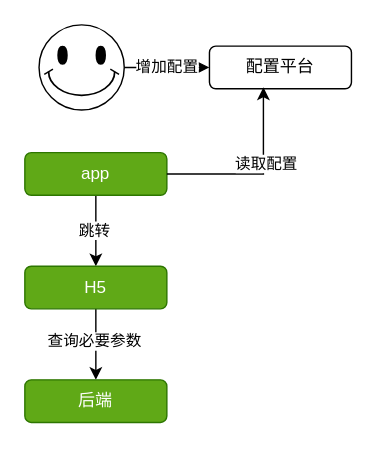
Earlier version of the draw.io diagram 配置管理.drawio (little-bee-zz/draw). Source tidied: cells renumbered, new cells numbered last; positions are measured from the earlier drawing's top-left corner, leaving out a move shared by most shapes. Both pictures are drawn from the tidied source at 142%, with x=0, y=0 at pixel (24, 24).
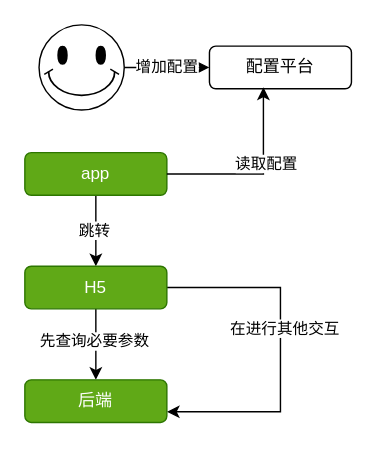
The same diagram, later.

Commit message (it also covers changes not shown here):
更新配置管理.drawio

Change to the diagram source:
```diff
@@
 <mxGraphModel>
   <root>
     <mxCell id="0" />
     <mxCell id="1" parent="0" />
     <mxCell id="2" style="edgeStyle=orthogonalEdgeStyle;rounded=0;jettySize=auto;html=1;entryX=0;entryY=0.5;entryDx=0;entryDy=0;" parent="1" edge="1" source="4" target="5">
       <mxGeometry relative="1" as="geometry" />
     </mxCell>
     <mxCell id="3" value="增加配置" style="edgeLabel;html=1;align=center;verticalAlign=middle;" parent="2" vertex="1">
       <mxGeometry x="-0.04" y="1" relative="1" as="geometry" />
     </mxCell>
     <mxCell id="4" style="verticalLabelPosition=bottom;verticalAlign=top;html=1;shape=mxgraph.basic.smiley;" parent="1" vertex="1">
       <mxGeometry x="10" width="60" height="60" as="geometry" />
     </mxCell>
     <mxCell id="5" value="配置平台" style="rounded=1;whiteSpace=wrap;html=1;" parent="1" vertex="1">
       <mxGeometry x="130" y="15" width="100" height="30" as="geometry" />
     </mxCell>
     <mxCell id="6" style="edgeStyle=orthogonalEdgeStyle;rounded=0;jettySize=auto;html=1;entryX=0.5;entryY=0;entryDx=0;entryDy=0;" parent="1" edge="1" source="8" target="11">
       <mxGeometry relative="1" as="geometry" />
     </mxCell>
     <mxCell id="7" value="跳转" style="edgeLabel;html=1;align=center;verticalAlign=middle;" parent="6" vertex="1">
       <mxGeometry x="-0.03" y="-2" relative="1" as="geometry" />
     </mxCell>
     <mxCell id="8" value="app" style="rounded=1;whiteSpace=wrap;html=1;fillColor=#60a917;fontColor=#ffffff;strokeColor=#2D7600;" parent="1" vertex="1">
       <mxGeometry y="90" width="100" height="30" as="geometry" />
     </mxCell>
     <mxCell id="9" style="edgeStyle=orthogonalEdgeStyle;rounded=0;jettySize=auto;html=1;" parent="1" edge="1" source="11" target="14">
       <mxGeometry relative="1" as="geometry" />
     </mxCell>
-    <mxCell id="10" value="查询必要参数" style="edgeLabel;html=1;align=center;verticalAlign=middle;" parent="9" vertex="1">
+    <mxCell id="10" value="先查询必要参数" style="edgeLabel;html=1;align=center;verticalAlign=middle;" parent="9" vertex="1">
       <mxGeometry x="-0.12" y="-2" relative="1" as="geometry" />
     </mxCell>
+    <mxCell id="15" style="edgeStyle=orthogonalEdgeStyle;rounded=0;jettySize=auto;html=1;entryX=1;entryY=0.75;entryDx=0;entryDy=0;" parent="1" edge="1" source="11" target="14">
+      <mxGeometry relative="1" as="geometry">
+        <Array as="points">
+          <mxPoint x="180" y="185" />
+          <mxPoint x="180" y="273" />
+        </Array>
+      </mxGeometry>
+    </mxCell>
+    <mxCell id="16" value="在进行其他交互" style="edgeLabel;html=1;align=center;verticalAlign=middle;" parent="15" vertex="1">
+      <mxGeometry x="-0.13" y="2" relative="1" as="geometry" />
+    </mxCell>
     <mxCell id="11" value="H5" style="rounded=1;whiteSpace=wrap;html=1;fillColor=#60a917;fontColor=#ffffff;strokeColor=#2D7600;" parent="1" vertex="1">
       <mxGeometry y="170" width="100" height="30" as="geometry" />
     </mxCell>
     <mxCell id="12" style="edgeStyle=orthogonalEdgeStyle;rounded=0;jettySize=auto;html=1;entryX=0.38;entryY=0.967;entryDx=0;entryDy=0;entryPerimeter=0;" parent="1" edge="1" source="8" target="5">
       <mxGeometry relative="1" as="geometry" />
     </mxCell>
     <mxCell id="13" value="读取配置" style="edgeLabel;html=1;align=center;verticalAlign=middle;" parent="12" vertex="1">
       <mxGeometry x="0.18" y="-1" relative="1" as="geometry" />
     </mxCell>
     <mxCell id="14" value="后端" style="rounded=1;whiteSpace=wrap;html=1;fillColor=#60a917;fontColor=#ffffff;strokeColor=#2D7600;" parent="1" vertex="1">
       <mxGeometry y="250" width="100" height="30" as="geometry" />
     </mxCell>
   </root>
 </mxGraphModel>
```
